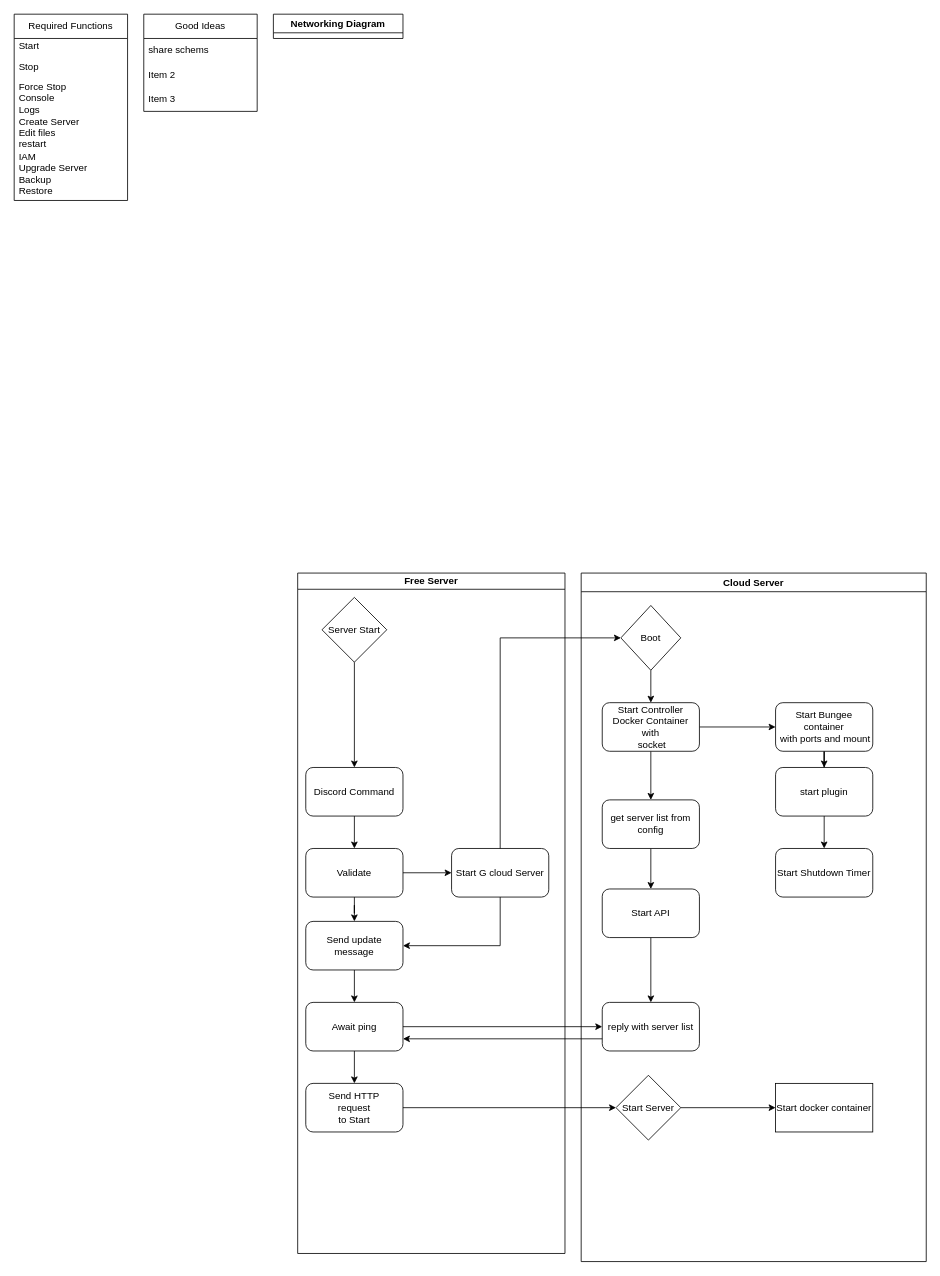
The draw.io diagram Untitled Diagram.drawio in garbyexe/minecraft-manager, before the edit. Source tidied: cells renumbered, new cells numbered last; positions are measured from the earlier drawing's top-left corner, leaving out a move shared by most shapes. Both pictures are drawn from the tidied source at 81%, with x=0, y=0 at pixel (14, 14).
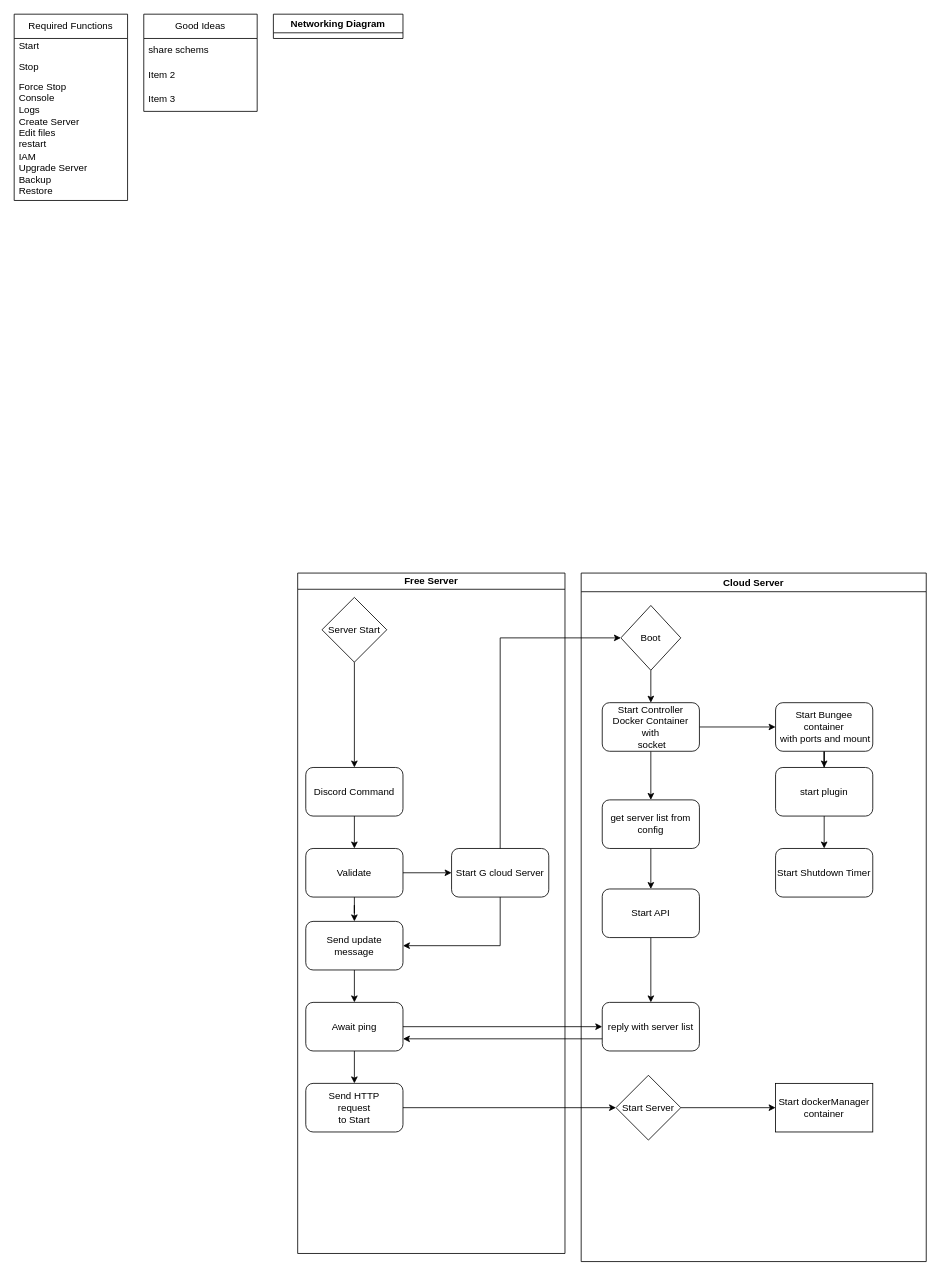
Above is the later version.

Unchanged cells that the change refers to:
```xml
<mxCell id="17" value="Cloud Server" style="swimlane;whiteSpace=wrap;html=1;" parent="1" vertex="1">
  <mxGeometry x="700" y="690" width="426" height="850" as="geometry" />
</mxCell>
```

Change to the diagram source:
```diff
@@
-    <mxCell id="34" value="Start docker container" style="whiteSpace=wrap;html=1;" parent="17" vertex="1">
+    <mxCell id="34" value="Start dockerManager container" style="whiteSpace=wrap;html=1;" parent="17" vertex="1">
       <mxGeometry x="240" y="630" width="120" height="60" as="geometry" />
     </mxCell>
```
